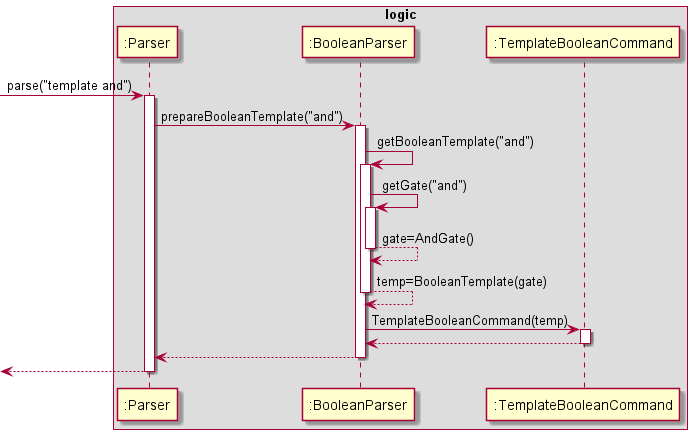
Above: docs/diagrams/TemplateBooleanCommand.png in sevenseasofbri/tp (PlantUML), before the change.
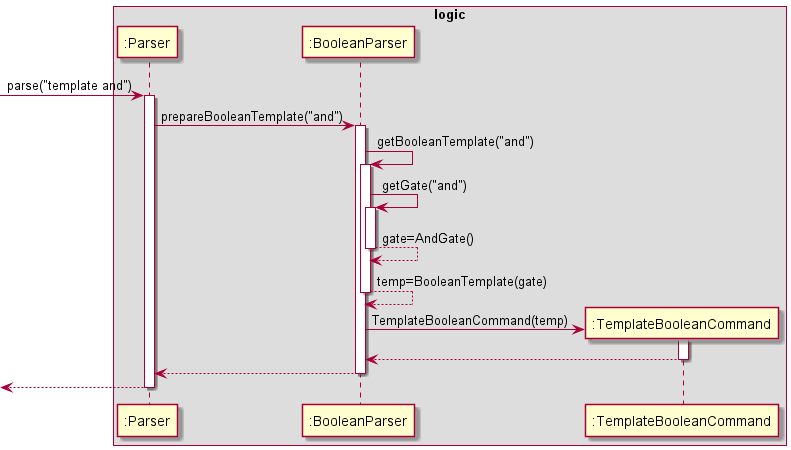
Above is the later version.

Commit message:
Update TemplateBooleanCommand constructor

What changed in the source:
```diff
@@ -25,6 +25,7 @@
 
 deactivate ":BooleanParser"
 
+create ":TemplateBooleanCommand"
 ":BooleanParser" -> ":TemplateBooleanCommand": TemplateBooleanCommand(temp)
 
 activate ":TemplateBooleanCommand"
```
